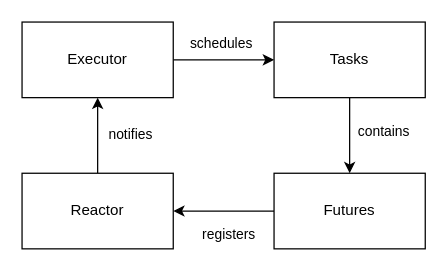
ferrous-systems/rust-training keeps this draw.io diagram as training-slides/src/images/async-building-blocks.drawio. Above is the earlier version. Source tidied: cells renumbered, new cells numbered last; positions are measured from the earlier drawing's top-left corner, leaving out a move shared by most shapes. Both pictures are drawn from the tidied source at 126%, with x=0, y=0 at pixel (21, 21).
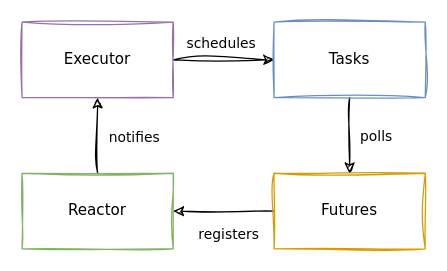
After the change.

What changed in the source:
```diff
@@
 <mxGraphModel>
   <root>
     <mxCell id="0" />
     <mxCell id="1" parent="0" />
-    <mxCell id="2" style="edgeStyle=orthogonalEdgeStyle;rounded=0;jettySize=auto;html=1;entryX=0;entryY=0.5;entryDx=0;entryDy=0;" parent="1" edge="1" source="4" target="14">
+    <mxCell id="2" style="edgeStyle=orthogonalEdgeStyle;rounded=0;jettySize=auto;html=1;entryX=0;entryY=0.5;entryDx=0;entryDy=0;sketch=1;curveFitting=1;jiggle=2;" parent="1" edge="1" source="4" target="14">
       <mxGeometry relative="1" as="geometry" />
     </mxCell>
-    <mxCell id="3" value="schedules" style="edgeLabel;html=1;align=center;verticalAlign=middle;" parent="2" vertex="1">
+    <mxCell id="3" value="&lt;font face=&quot;Verdana&quot;&gt;schedules&lt;/font&gt;" style="edgeLabel;html=1;align=center;verticalAlign=middle;" parent="2" vertex="1">
       <mxGeometry x="-0.34" relative="1" as="geometry">
         <mxPoint x="11" y="-14" as="offset" />
       </mxGeometry>
     </mxCell>
-    <mxCell id="4" value="Executor" style="rounded=0;whiteSpace=wrap;html=1;" parent="1" vertex="1">
+    <mxCell id="4" value="&lt;font face=&quot;Verdana&quot;&gt;Executor&lt;/font&gt;" style="rounded=0;whiteSpace=wrap;html=1;fillStyle=zigzag-line;fillColor=none;strokeColor=#9673a6;sketch=1;curveFitting=1;jiggle=2;" parent="1" vertex="1">
       <mxGeometry width="120" height="60" as="geometry" />
     </mxCell>
-    <mxCell id="5" style="edgeStyle=orthogonalEdgeStyle;rounded=0;jettySize=auto;html=1;entryX=0.5;entryY=1;entryDx=0;entryDy=0;" parent="1" edge="1" source="8" target="4">
+    <mxCell id="5" style="edgeStyle=orthogonalEdgeStyle;rounded=0;jettySize=auto;html=1;entryX=0.5;entryY=1;entryDx=0;entryDy=0;sketch=1;curveFitting=1;jiggle=2;" parent="1" edge="1" source="8" target="4">
       <mxGeometry relative="1" as="geometry" />
     </mxCell>
     <mxCell id="6" value=" " style="edgeLabel;html=1;align=center;verticalAlign=middle;" parent="5" vertex="1">
       <mxGeometry x="0.09" y="3" relative="1" as="geometry">
         <mxPoint x="23" as="offset" />
       </mxGeometry>
     </mxCell>
-    <mxCell id="7" value="notifies" style="edgeLabel;html=1;align=center;verticalAlign=middle;" parent="5" vertex="1">
+    <mxCell id="7" value="&lt;font face=&quot;Verdana&quot;&gt;notifies&lt;/font&gt;" style="edgeLabel;html=1;align=center;verticalAlign=middle;" parent="5" vertex="1">
       <mxGeometry x="0.3" y="1" relative="1" as="geometry">
-        <mxPoint x="26" y="7" as="offset" />
+        <mxPoint x="29" y="10" as="offset" />
       </mxGeometry>
     </mxCell>
-    <mxCell id="8" value="Reactor" style="rounded=0;whiteSpace=wrap;html=1;" parent="1" vertex="1">
+    <mxCell id="8" value="&lt;font face=&quot;Verdana&quot;&gt;Reactor&lt;/font&gt;" style="rounded=0;whiteSpace=wrap;html=1;sketch=1;curveFitting=1;jiggle=2;fillColor=none;strokeColor=#82b366;" parent="1" vertex="1">
       <mxGeometry y="120" width="120" height="60" as="geometry" />
     </mxCell>
-    <mxCell id="9" style="edgeStyle=orthogonalEdgeStyle;rounded=0;jettySize=auto;html=1;entryX=1;entryY=0.5;entryDx=0;entryDy=0;" parent="1" edge="1" source="11" target="8">
+    <mxCell id="9" style="edgeStyle=orthogonalEdgeStyle;rounded=0;jettySize=auto;html=1;entryX=1;entryY=0.5;entryDx=0;entryDy=0;sketch=1;curveFitting=1;jiggle=2;" parent="1" edge="1" source="11" target="8">
       <mxGeometry relative="1" as="geometry" />
     </mxCell>
-    <mxCell id="10" value="registers" style="edgeLabel;html=1;align=center;verticalAlign=middle;" parent="9" vertex="1">
+    <mxCell id="10" value="&lt;font face=&quot;Verdana&quot;&gt;registers&lt;/font&gt;" style="edgeLabel;html=1;align=center;verticalAlign=middle;" parent="9" vertex="1">
       <mxGeometry x="-0.21" y="2" relative="1" as="geometry">
         <mxPoint x="-5" y="16" as="offset" />
       </mxGeometry>
     </mxCell>
-    <mxCell id="11" value="Futures" style="rounded=0;whiteSpace=wrap;html=1;" parent="1" vertex="1">
+    <mxCell id="11" value="&lt;font face=&quot;Verdana&quot;&gt;Futures&lt;/font&gt;" style="rounded=0;whiteSpace=wrap;html=1;sketch=1;curveFitting=1;jiggle=2;fillColor=none;strokeColor=#d79b00;" parent="1" vertex="1">
       <mxGeometry x="200" y="120" width="120" height="60" as="geometry" />
     </mxCell>
-    <mxCell id="12" style="edgeStyle=orthogonalEdgeStyle;rounded=0;jettySize=auto;html=1;entryX=0.5;entryY=0;entryDx=0;entryDy=0;" parent="1" edge="1" source="14" target="11">
+    <mxCell id="12" style="edgeStyle=orthogonalEdgeStyle;rounded=0;jettySize=auto;html=1;entryX=0.5;entryY=0;entryDx=0;entryDy=0;sketch=1;curveFitting=1;jiggle=2;" parent="1" edge="1" source="14" target="11">
       <mxGeometry relative="1" as="geometry" />
     </mxCell>
-    <mxCell id="13" value="contains" style="edgeLabel;html=1;align=center;verticalAlign=middle;" parent="12" vertex="1">
+    <mxCell id="13" value="&lt;font face=&quot;Verdana&quot;&gt;polls&lt;/font&gt;" style="edgeLabel;html=1;align=center;verticalAlign=middle;" parent="12" vertex="1">
       <mxGeometry x="-0.31" y="-3" relative="1" as="geometry">
-        <mxPoint x="29" y="5" as="offset" />
+        <mxPoint x="23" y="9" as="offset" />
       </mxGeometry>
     </mxCell>
-    <mxCell id="14" value="Tasks" style="rounded=0;whiteSpace=wrap;html=1;" parent="1" vertex="1">
+    <mxCell id="14" value="&lt;font face=&quot;Verdana&quot;&gt;Tasks&lt;/font&gt;" style="rounded=0;whiteSpace=wrap;html=1;sketch=1;curveFitting=1;jiggle=2;fillColor=none;strokeColor=#6c8ebf;" parent="1" vertex="1">
       <mxGeometry x="200" width="120" height="60" as="geometry" />
     </mxCell>
   </root>
 </mxGraphModel>
```
